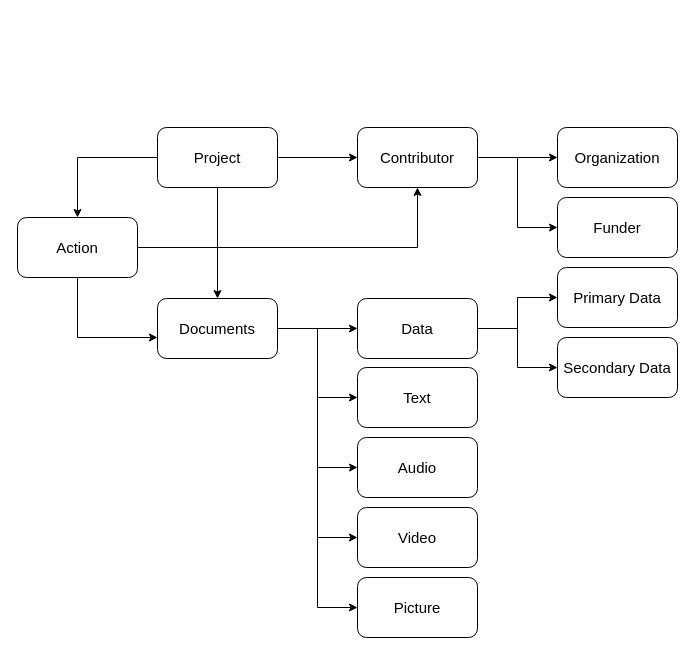
The draw.io diagram pics/metadata.drawio in STAPLE-verse/documentation, before the edit. Source tidied: cells renumbered, new cells numbered last; positions are measured from the earlier drawing's top-left corner, leaving out a move shared by most shapes. Both pictures are drawn from the tidied source at 100%, with x=0, y=0 at pixel (17, 127).
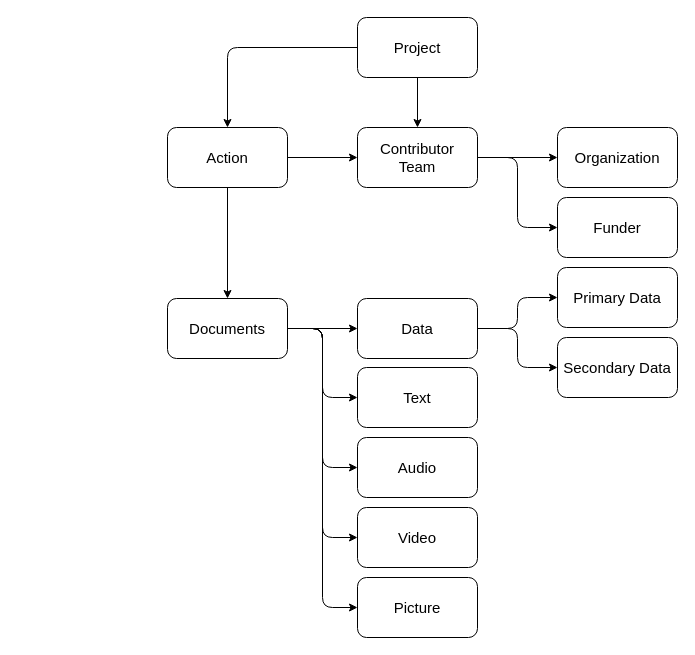
Above is the later version.

Unchanged cells that the change refers to:
```xml
<mxCell id="9" value="Organization" style="rounded=1;whiteSpace=wrap;html=1;fontSize=15;" parent="1" vertex="1">
  <mxGeometry x="540" width="120" height="60" as="geometry" />
</mxCell>
<mxCell id="10" value="Funder" style="rounded=1;whiteSpace=wrap;html=1;fontSize=15;" parent="1" vertex="1">
  <mxGeometry x="540" y="70" width="120" height="60" as="geometry" />
</mxCell>
<mxCell id="19" value="Data" style="rounded=1;whiteSpace=wrap;html=1;fontSize=15;" parent="1" vertex="1">
  <mxGeometry x="340" y="171" width="120" height="60" as="geometry" />
</mxCell>
<mxCell id="20" value="Primary Data" style="rounded=1;whiteSpace=wrap;html=1;fontSize=15;" parent="1" vertex="1">
  <mxGeometry x="540" y="140" width="120" height="60" as="geometry" />
</mxCell>
<mxCell id="21" value="Secondary Data" style="rounded=1;whiteSpace=wrap;html=1;fontSize=15;" parent="1" vertex="1">
  <mxGeometry x="540" y="210" width="120" height="60" as="geometry" />
</mxCell>
<mxCell id="22" value="Text" style="rounded=1;whiteSpace=wrap;html=1;fontSize=15;" parent="1" vertex="1">
  <mxGeometry x="340" y="240" width="120" height="60" as="geometry" />
</mxCell>
<mxCell id="23" value="Audio" style="rounded=1;whiteSpace=wrap;html=1;fontSize=15;" parent="1" vertex="1">
  <mxGeometry x="340" y="310" width="120" height="60" as="geometry" />
</mxCell>
<mxCell id="24" value="Video" style="rounded=1;whiteSpace=wrap;html=1;fontSize=15;" parent="1" vertex="1">
  <mxGeometry x="340" y="380" width="120" height="60" as="geometry" />
</mxCell>
<mxCell id="25" value="Picture" style="rounded=1;whiteSpace=wrap;html=1;fontSize=15;" parent="1" vertex="1">
  <mxGeometry x="340" y="450" width="120" height="60" as="geometry" />
</mxCell>
```

The edit, as a diff of the source:
```diff
@@
+    <mxCell id="4" style="edgeStyle=orthogonalEdgeStyle;rounded=1;jettySize=auto;html=1;exitX=0;exitY=0.5;exitDx=0;exitDy=0;entryX=0.5;entryY=0;entryDx=0;entryDy=0;fontSize=15;" parent="1" edge="1" source="5" target="27">
+      <mxGeometry relative="1" as="geometry" />
+    </mxCell>
-    <mxCell id="2" style="edgeStyle=orthogonalEdgeStyle;rounded=0;jettySize=auto;html=1;fontSize=15;" parent="1" edge="1" source="5" target="8">
+    <mxCell id="2" style="edgeStyle=orthogonalEdgeStyle;rounded=1;jettySize=auto;html=1;" parent="1" edge="1" source="5" target="8">
       <mxGeometry relative="1" as="geometry" />
     </mxCell>
-    <mxCell id="3" style="edgeStyle=orthogonalEdgeStyle;rounded=0;jettySize=auto;html=1;exitX=0.5;exitY=1;exitDx=0;exitDy=0;entryX=0.5;entryY=0;entryDx=0;entryDy=0;fontSize=15;" parent="1" edge="1" source="5" target="16">
-      <mxGeometry relative="1" as="geometry" />
-    </mxCell>
-    <mxCell id="4" style="edgeStyle=orthogonalEdgeStyle;rounded=0;jettySize=auto;html=1;exitX=0;exitY=0.5;exitDx=0;exitDy=0;entryX=0.5;entryY=0;entryDx=0;entryDy=0;fontSize=15;" parent="1" edge="1" source="5" target="27">
-      <mxGeometry relative="1" as="geometry" />
-    </mxCell>
     <mxCell id="5" value="Project" style="rounded=1;whiteSpace=wrap;html=1;fontSize=15;" parent="1" vertex="1">
-      <mxGeometry x="140" width="120" height="60" as="geometry" />
+      <mxGeometry x="340" y="-110" width="120" height="60" as="geometry" />
     </mxCell>
-    <mxCell id="6" style="edgeStyle=orthogonalEdgeStyle;rounded=0;jettySize=auto;html=1;fontSize=15;" parent="1" edge="1" source="8" target="9">
+    <mxCell id="6" style="edgeStyle=orthogonalEdgeStyle;rounded=1;jettySize=auto;html=1;fontSize=15;" parent="1" edge="1" source="8" target="9">
       <mxGeometry relative="1" as="geometry" />
     </mxCell>
-    <mxCell id="7" style="edgeStyle=orthogonalEdgeStyle;rounded=0;jettySize=auto;html=1;exitX=1;exitY=0.5;exitDx=0;exitDy=0;entryX=0;entryY=0.5;entryDx=0;entryDy=0;fontSize=15;" parent="1" edge="1" source="8" target="10">
+    <mxCell id="7" style="edgeStyle=orthogonalEdgeStyle;rounded=1;jettySize=auto;html=1;exitX=1;exitY=0.5;exitDx=0;exitDy=0;entryX=0;entryY=0.5;entryDx=0;entryDy=0;fontSize=15;" parent="1" edge="1" source="8" target="10">
       <mxGeometry relative="1" as="geometry" />
     </mxCell>
-    <mxCell id="8" value="Contributor" style="rounded=1;whiteSpace=wrap;html=1;fontSize=15;" parent="1" vertex="1">
+    <mxCell id="8" value="Contributor&lt;br&gt;Team" style="rounded=1;whiteSpace=wrap;html=1;fontSize=15;" parent="1" vertex="1">
       <mxGeometry x="340" width="120" height="60" as="geometry" />
     </mxCell>
@@
-    <mxCell id="11" style="edgeStyle=orthogonalEdgeStyle;rounded=0;jettySize=auto;html=1;fontSize=15;" parent="1" edge="1" source="16" target="19">
+    <mxCell id="11" style="edgeStyle=orthogonalEdgeStyle;rounded=1;jettySize=auto;html=1;fontSize=15;" parent="1" edge="1" source="16" target="19">
       <mxGeometry relative="1" as="geometry" />
     </mxCell>
-    <mxCell id="12" style="edgeStyle=orthogonalEdgeStyle;rounded=0;jettySize=auto;html=1;exitX=1;exitY=0.5;exitDx=0;exitDy=0;entryX=0;entryY=0.5;entryDx=0;entryDy=0;fontSize=15;" parent="1" edge="1" source="16" target="22">
+    <mxCell id="12" style="edgeStyle=orthogonalEdgeStyle;rounded=1;jettySize=auto;html=1;exitX=1;exitY=0.5;exitDx=0;exitDy=0;entryX=0;entryY=0.5;entryDx=0;entryDy=0;fontSize=15;" parent="1" edge="1" source="16" target="22">
       <mxGeometry relative="1" as="geometry" />
     </mxCell>
-    <mxCell id="13" style="edgeStyle=orthogonalEdgeStyle;rounded=0;jettySize=auto;html=1;exitX=1;exitY=0.5;exitDx=0;exitDy=0;entryX=0;entryY=0.5;entryDx=0;entryDy=0;fontSize=15;" parent="1" edge="1" source="16" target="23">
+    <mxCell id="13" style="edgeStyle=orthogonalEdgeStyle;rounded=1;jettySize=auto;html=1;exitX=1;exitY=0.5;exitDx=0;exitDy=0;entryX=0;entryY=0.5;entryDx=0;entryDy=0;fontSize=15;" parent="1" edge="1" source="16" target="23">
       <mxGeometry relative="1" as="geometry" />
     </mxCell>
-    <mxCell id="14" style="edgeStyle=orthogonalEdgeStyle;rounded=0;jettySize=auto;html=1;exitX=1;exitY=0.5;exitDx=0;exitDy=0;entryX=0;entryY=0.5;entryDx=0;entryDy=0;fontSize=15;" parent="1" edge="1" source="16" target="24">
+    <mxCell id="14" style="edgeStyle=orthogonalEdgeStyle;rounded=1;jettySize=auto;html=1;exitX=1;exitY=0.5;exitDx=0;exitDy=0;entryX=0;entryY=0.5;entryDx=0;entryDy=0;fontSize=15;" parent="1" edge="1" source="16" target="24">
       <mxGeometry relative="1" as="geometry" />
     </mxCell>
-    <mxCell id="15" style="edgeStyle=orthogonalEdgeStyle;rounded=0;jettySize=auto;html=1;exitX=1;exitY=0.5;exitDx=0;exitDy=0;entryX=0;entryY=0.5;entryDx=0;entryDy=0;fontSize=15;" parent="1" edge="1" source="16" target="25">
+    <mxCell id="15" style="edgeStyle=orthogonalEdgeStyle;rounded=1;jettySize=auto;html=1;exitX=1;exitY=0.5;exitDx=0;exitDy=0;entryX=0;entryY=0.5;entryDx=0;entryDy=0;fontSize=15;" parent="1" edge="1" source="16" target="25">
       <mxGeometry relative="1" as="geometry" />
     </mxCell>
     <mxCell id="16" value="Documents" style="rounded=1;whiteSpace=wrap;html=1;fontSize=15;" parent="1" vertex="1">
-      <mxGeometry x="140" y="171" width="120" height="60" as="geometry" />
+      <mxGeometry x="150" y="171" width="120" height="60" as="geometry" />
     </mxCell>
-    <mxCell id="17" style="edgeStyle=orthogonalEdgeStyle;rounded=0;jettySize=auto;html=1;fontSize=15;" parent="1" edge="1" source="19" target="20">
+    <mxCell id="17" style="edgeStyle=orthogonalEdgeStyle;rounded=1;jettySize=auto;html=1;fontSize=15;" parent="1" edge="1" source="19" target="20">
       <mxGeometry relative="1" as="geometry" />
     </mxCell>
-    <mxCell id="18" style="edgeStyle=orthogonalEdgeStyle;rounded=0;jettySize=auto;html=1;exitX=1;exitY=0.5;exitDx=0;exitDy=0;entryX=0;entryY=0.5;entryDx=0;entryDy=0;fontSize=15;" parent="1" edge="1" source="19" target="21">
+    <mxCell id="18" style="edgeStyle=orthogonalEdgeStyle;rounded=1;jettySize=auto;html=1;exitX=1;exitY=0.5;exitDx=0;exitDy=0;entryX=0;entryY=0.5;entryDx=0;entryDy=0;fontSize=15;" parent="1" edge="1" source="19" target="21">
       <mxGeometry relative="1" as="geometry" />
     </mxCell>
@@
-    <mxCell id="26" style="edgeStyle=orthogonalEdgeStyle;rounded=0;jettySize=auto;html=1;exitX=1;exitY=0.5;exitDx=0;exitDy=0;fontSize=15;" parent="1" edge="1" source="27" target="8">
+    <mxCell id="26" style="edgeStyle=orthogonalEdgeStyle;rounded=1;jettySize=auto;html=1;exitX=1;exitY=0.5;exitDx=0;exitDy=0;fontSize=15;" parent="1" edge="1" source="27" target="8">
       <mxGeometry relative="1" as="geometry" />
     </mxCell>
+    <mxCell id="28" style="edgeStyle=orthogonalEdgeStyle;rounded=1;jettySize=auto;html=1;" parent="1" edge="1" source="27" target="16">
+      <mxGeometry relative="1" as="geometry" />
+    </mxCell>
     <mxCell id="27" value="Action" style="rounded=1;whiteSpace=wrap;html=1;fontSize=15;" parent="1" vertex="1">
-      <mxGeometry y="90" width="120" height="60" as="geometry" />
+      <mxGeometry x="150" width="120" height="60" as="geometry" />
     </mxCell>
-    <mxCell id="28" style="edgeStyle=orthogonalEdgeStyle;rounded=0;jettySize=auto;html=1;exitX=0.5;exitY=1;exitDx=0;exitDy=0;entryX=0;entryY=0.65;entryDx=0;entryDy=0;entryPerimeter=0;fontSize=15;" parent="1" edge="1" source="27" target="16">
-      <mxGeometry relative="1" as="geometry" />
-    </mxCell>
```
